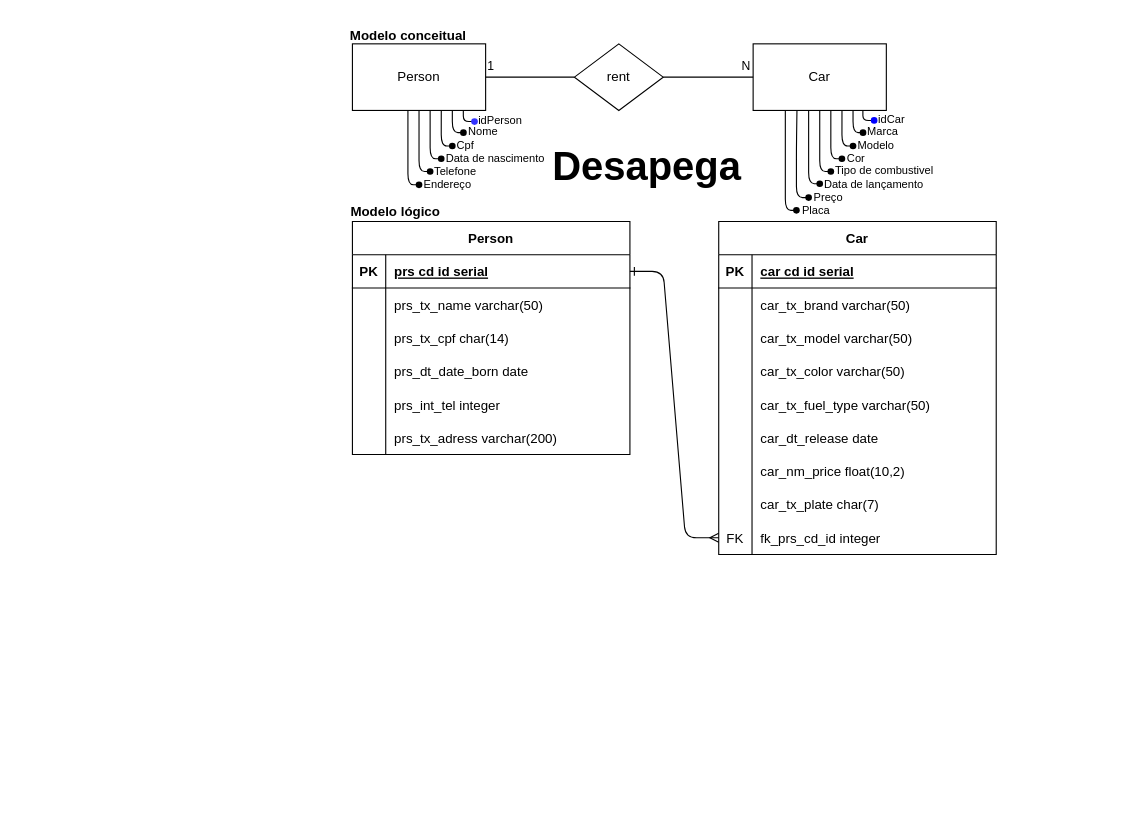
Before: Pessoa_Carro.drawio in LucasLatsch/BancoDeDadosIndividual, a draw.io diagram. Source tidied: cells renumbered, new cells numbered last; positions are measured from the earlier drawing's top-left corner, leaving out a move shared by most shapes. Both pictures are drawn from the tidied source at 111%, with x=0, y=0 at pixel (345, 19).
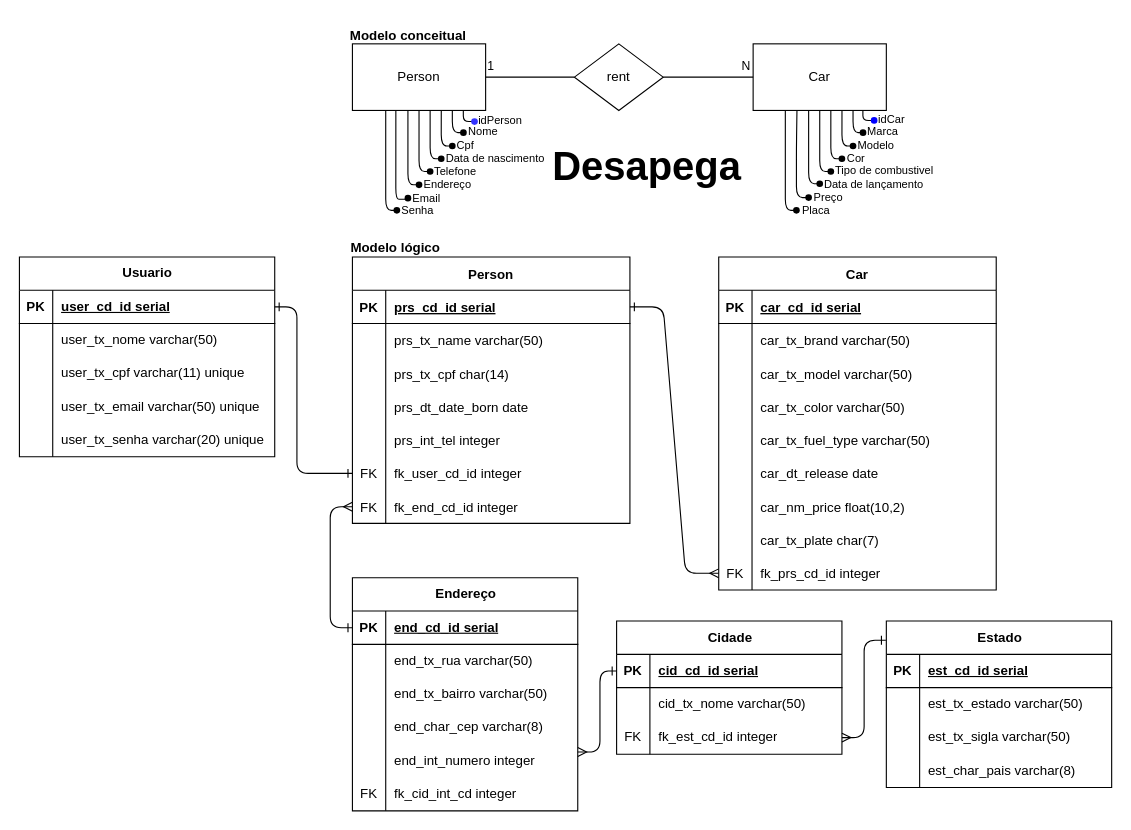
The same diagram, later.

Commit message (it also covers changes not shown here):
Scrip e modeos atualizados

Unchanged cells that the change refers to:
```xml
<mxCell id="4" style="shape=partialRectangle;fillColor=none;top=0;left=0;right=0;bottom=1;rounded=0;" parent="3" vertex="1">
  <mxGeometry y="30" width="250" height="30" as="geometry" />
</mxCell>
<mxCell id="32" style="shape=partialRectangle;fillColor=none;points=[[0,0.5],[1,0.5]];portConstraint=eastwest;top=0;left=0;right=0;bottom=1;rounded=0;" parent="31" vertex="1">
  <mxGeometry y="30" width="250" height="30" as="geometry" />
</mxCell>
<mxCell id="47" style="shape=partialRectangle;fillColor=none;points=[[0,0.5],[1,0.5]];portConstraint=eastwest;top=0;left=0;right=0;bottom=0;rounded=0;" parent="31" vertex="1">
  <mxGeometry y="180" width="250" height="30" as="geometry" />
</mxCell>
<mxCell id="50" value="Person" style="rounded=0;whiteSpace=wrap;html=1;" parent="1" vertex="1">
  <mxGeometry x="6" y="22" width="120" height="60" as="geometry" />
</mxCell>
```

Diff of the diagram source:
```diff
@@
     <mxCell id="3" value="Car" style="shape=table;startSize=30;childLayout=tableLayout;rowLines=0;fontStyle=1;align=center;rounded=0;" parent="1" vertex="1">
-      <mxGeometry x="336" y="182" width="250" height="300" as="geometry" />
+      <mxGeometry x="336" y="214" width="250" height="300" as="geometry" />
     </mxCell>
@@
-    <mxCell id="6" value="car cd id serial" style="shape=partialRectangle;overflow=hidden;fillColor=none;top=0;left=0;bottom=0;right=0;align=left;spacingLeft=6;fontStyle=5;rounded=0;" parent="4" vertex="1">
+    <mxCell id="6" value="car_cd_id serial" style="shape=partialRectangle;overflow=hidden;fillColor=none;top=0;left=0;bottom=0;right=0;align=left;spacingLeft=6;fontStyle=5;rounded=0;" parent="4" vertex="1">
       <mxGeometry x="30" width="220" height="30" as="geometry" />
     </mxCell>
@@
     <mxCell id="31" value="Person" style="shape=table;startSize=30;childLayout=tableLayout;rowLines=0;fontStyle=1;align=center;rounded=0;" parent="1" vertex="1">
-      <mxGeometry x="6" y="182" width="250" height="210" as="geometry" />
+      <mxGeometry x="6" y="214" width="250" height="240" as="geometry" />
     </mxCell>
@@
-    <mxCell id="34" value="prs cd id serial" style="shape=partialRectangle;overflow=hidden;fillColor=none;top=0;left=0;bottom=0;right=0;align=left;spacingLeft=6;fontStyle=5;rounded=0;" parent="32" vertex="1">
+    <mxCell id="34" value="prs_cd_id serial" style="shape=partialRectangle;overflow=hidden;fillColor=none;top=0;left=0;bottom=0;right=0;align=left;spacingLeft=6;fontStyle=5;rounded=0;" parent="32" vertex="1">
       <mxGeometry x="30" width="220" height="30" as="geometry" />
     </mxCell>
@@
-    <mxCell id="48" style="shape=partialRectangle;overflow=hidden;fillColor=none;top=0;left=0;bottom=0;right=0;rounded=0;" parent="47" vertex="1">
-      <mxGeometry width="30" height="30" as="geometry" />
-    </mxCell>
-    <mxCell id="49" value="prs_tx_adress varchar(200)" style="shape=partialRectangle;overflow=hidden;fillColor=none;top=0;left=0;bottom=0;right=0;align=left;spacingLeft=6;rounded=0;" parent="47" vertex="1">
-      <mxGeometry x="30" width="220" height="30" as="geometry" />
-    </mxCell>
+    <mxCell id="105" value="FK" style="shape=partialRectangle;overflow=hidden;fillColor=none;top=0;left=0;bottom=0;right=0;rounded=0;" parent="47" vertex="1">
+      <mxGeometry width="30" height="30" as="geometry" />
+    </mxCell>
+    <mxCell id="106" value="fk_user_cd_id integer" style="shape=partialRectangle;overflow=hidden;fillColor=none;top=0;left=0;bottom=0;right=0;align=left;spacingLeft=6;rounded=0;" parent="47" vertex="1">
+      <mxGeometry x="30" width="220" height="30" as="geometry" />
+    </mxCell>
+    <mxCell id="107" style="shape=partialRectangle;fillColor=none;points=[[0,0.5],[1,0.5]];portConstraint=eastwest;top=0;left=0;right=0;bottom=0;rounded=0;" parent="31" vertex="1">
+      <mxGeometry y="210" width="250" height="30" as="geometry" />
+    </mxCell>
+    <mxCell id="108" value="FK" style="shape=partialRectangle;overflow=hidden;fillColor=none;top=0;left=0;bottom=0;right=0;rounded=0;" parent="107" vertex="1">
+      <mxGeometry width="30" height="30" as="geometry" />
+    </mxCell>
+    <mxCell id="109" value="fk_end_cd_id integer" style="shape=partialRectangle;overflow=hidden;fillColor=none;top=0;left=0;bottom=0;right=0;align=left;spacingLeft=6;rounded=0;" parent="107" vertex="1">
+      <mxGeometry x="30" width="220" height="30" as="geometry" />
+    </mxCell>
@@
     <mxCell id="104" value="&lt;font style=&quot;font-size: 12px;&quot;&gt;&lt;b style=&quot;&quot;&gt;Modelo lógico&lt;/b&gt;&lt;/font&gt;" style="text;html=1;strokeColor=none;fillColor=none;align=center;verticalAlign=middle;whiteSpace=wrap;rounded=0;fontSize=11;fontFamily=Helvetica;fontColor=default;" parent="1" vertex="1">
-      <mxGeometry x="3" y="159" width="84" height="30" as="geometry" />
+      <mxGeometry x="3" y="191" width="84" height="30" as="geometry" />
     </mxCell>
+    <mxCell id="110" style="edgeStyle=orthogonalEdgeStyle;rounded=1;jettySize=auto;html=1;entryX=0.326;entryY=0.999;entryDx=0;entryDy=0;entryPerimeter=0;endArrow=none;endFill=0;" parent="1" edge="1" source="111" target="50">
+      <mxGeometry relative="1" as="geometry">
+        <Array as="points">
+          <mxPoint x="45" y="162" />
+        </Array>
+      </mxGeometry>
+    </mxCell>
+    <mxCell id="111" style="shape=waypoint;sketch=0;fillStyle=solid;size=6;points=[];fillColor=none;perimeter=centerPerimeter;snapToPoint=1;rounded=0;" parent="1" vertex="1">
+      <mxGeometry x="46" y="151" width="20" height="20" as="geometry" />
+    </mxCell>
+    <mxCell id="112" style="edgeStyle=orthogonalEdgeStyle;shape=connector;rounded=1;jettySize=auto;html=1;entryX=0.25;entryY=1;entryDx=0;entryDy=0;labelBackgroundColor=default;strokeColor=default;fontFamily=Helvetica;fontSize=11;fontColor=default;endArrow=none;endFill=0;" parent="1" edge="1" source="113" target="50">
+      <mxGeometry relative="1" as="geometry">
+        <Array as="points">
+          <mxPoint x="36" y="172" />
+        </Array>
+      </mxGeometry>
+    </mxCell>
+    <mxCell id="113" style="shape=waypoint;sketch=0;fillStyle=solid;size=6;points=[];fillColor=none;perimeter=centerPerimeter;snapToPoint=1;rounded=0;" parent="1" vertex="1">
+      <mxGeometry x="36" y="162" width="20" height="20" as="geometry" />
+    </mxCell>
+    <mxCell id="114" value="&lt;font style=&quot;font-size: 10px;&quot;&gt;Email&lt;/font&gt;" style="text;html=1;strokeColor=none;fillColor=none;align=center;verticalAlign=middle;whiteSpace=wrap;rounded=0;" parent="1" vertex="1">
+      <mxGeometry x="50" y="153.5" width="46" height="15" as="geometry" />
+    </mxCell>
+    <mxCell id="115" value="&lt;font style=&quot;font-size: 10px;&quot;&gt;Senha&lt;/font&gt;" style="text;html=1;strokeColor=none;fillColor=none;align=center;verticalAlign=middle;whiteSpace=wrap;rounded=0;" parent="1" vertex="1">
+      <mxGeometry x="42" y="164.5" width="46" height="15" as="geometry" />
+    </mxCell>
+    <mxCell id="116" value="Endereço" style="shape=table;startSize=30;childLayout=tableLayout;rowLines=0;fontStyle=1;align=center;html=1;" parent="1" vertex="1">
+      <mxGeometry x="6" y="503" width="203" height="210" as="geometry" />
+    </mxCell>
+    <mxCell id="117" style="shape=tableRow;horizontal=0;startSize=0;swimlaneHead=0;swimlaneBody=0;fillColor=none;points=[[0,0.5],[1,0.5]];portConstraint=eastwest;top=0;left=0;right=0;bottom=1;" parent="116" vertex="1">
+      <mxGeometry y="30" width="203" height="30" as="geometry" />
+    </mxCell>
+    <mxCell id="118" value="PK" style="shape=partialRectangle;fillColor=none;top=0;left=0;bottom=0;right=0;fontStyle=1;overflow=hidden;whiteSpace=wrap;html=1;" parent="117" vertex="1">
+      <mxGeometry width="30" height="30" as="geometry" />
+    </mxCell>
+    <mxCell id="119" value="end_cd_id serial" style="shape=partialRectangle;fillColor=none;top=0;left=0;bottom=0;right=0;align=left;spacingLeft=6;fontStyle=5;overflow=hidden;whiteSpace=wrap;html=1;" parent="117" vertex="1">
+      <mxGeometry x="30" width="173" height="30" as="geometry" />
+    </mxCell>
+    <mxCell id="120" style="shape=tableRow;horizontal=0;startSize=0;swimlaneHead=0;swimlaneBody=0;fillColor=none;top=0;left=0;right=0;bottom=0;" parent="116" vertex="1">
+      <mxGeometry y="60" width="203" height="30" as="geometry" />
+    </mxCell>
+    <mxCell id="121" style="shape=partialRectangle;fillColor=none;top=0;left=0;bottom=0;right=0;overflow=hidden;whiteSpace=wrap;html=1;" parent="120" vertex="1">
+      <mxGeometry width="30" height="30" as="geometry" />
+    </mxCell>
+    <mxCell id="122" value="end_tx_rua varchar(50)" style="shape=partialRectangle;fillColor=none;top=0;left=0;bottom=0;right=0;align=left;spacingLeft=6;overflow=hidden;whiteSpace=wrap;html=1;" parent="120" vertex="1">
+      <mxGeometry x="30" width="173" height="30" as="geometry" />
+    </mxCell>
+    <mxCell id="123" style="shape=tableRow;horizontal=0;startSize=0;swimlaneHead=0;swimlaneBody=0;fillColor=none;top=0;left=0;right=0;bottom=0;" parent="116" vertex="1">
+      <mxGeometry y="90" width="203" height="30" as="geometry" />
+    </mxCell>
+    <mxCell id="124" style="shape=partialRectangle;fillColor=none;top=0;left=0;bottom=0;right=0;overflow=hidden;whiteSpace=wrap;html=1;" parent="123" vertex="1">
+      <mxGeometry width="30" height="30" as="geometry" />
+    </mxCell>
+    <mxCell id="125" value="end_tx_bairro varchar(50)" style="shape=partialRectangle;fillColor=none;top=0;left=0;bottom=0;right=0;align=left;spacingLeft=6;overflow=hidden;whiteSpace=wrap;html=1;" parent="123" vertex="1">
+      <mxGeometry x="30" width="173" height="30" as="geometry" />
+    </mxCell>
+    <mxCell id="126" style="shape=tableRow;horizontal=0;startSize=0;swimlaneHead=0;swimlaneBody=0;fillColor=none;top=0;left=0;right=0;bottom=0;" parent="116" vertex="1">
+      <mxGeometry y="120" width="203" height="30" as="geometry" />
+    </mxCell>
+    <mxCell id="127" style="shape=partialRectangle;fillColor=none;top=0;left=0;bottom=0;right=0;overflow=hidden;whiteSpace=wrap;html=1;" parent="126" vertex="1">
+      <mxGeometry width="30" height="30" as="geometry" />
+    </mxCell>
+    <mxCell id="128" value="end_char_cep varchar(8)" style="shape=partialRectangle;fillColor=none;top=0;left=0;bottom=0;right=0;align=left;spacingLeft=6;overflow=hidden;whiteSpace=wrap;html=1;" parent="126" vertex="1">
+      <mxGeometry x="30" width="173" height="30" as="geometry" />
+    </mxCell>
+    <mxCell id="129" style="shape=tableRow;horizontal=0;startSize=0;swimlaneHead=0;swimlaneBody=0;fillColor=none;top=0;left=0;right=0;bottom=0;" parent="116" vertex="1">
+      <mxGeometry y="150" width="203" height="30" as="geometry" />
+    </mxCell>
+    <mxCell id="130" style="shape=partialRectangle;fillColor=none;top=0;left=0;bottom=0;right=0;overflow=hidden;whiteSpace=wrap;html=1;" parent="129" vertex="1">
+      <mxGeometry width="30" height="30" as="geometry" />
+    </mxCell>
+    <mxCell id="131" value="end_int_numero integer" style="shape=partialRectangle;fillColor=none;top=0;left=0;bottom=0;right=0;align=left;spacingLeft=6;overflow=hidden;whiteSpace=wrap;html=1;" parent="129" vertex="1">
+      <mxGeometry x="30" width="173" height="30" as="geometry" />
+    </mxCell>
+    <mxCell id="132" style="shape=tableRow;horizontal=0;startSize=0;swimlaneHead=0;swimlaneBody=0;fillColor=none;top=0;left=0;right=0;bottom=0;" parent="116" vertex="1">
+      <mxGeometry y="180" width="203" height="30" as="geometry" />
+    </mxCell>
+    <mxCell id="133" value="FK" style="shape=partialRectangle;fillColor=none;top=0;left=0;bottom=0;right=0;overflow=hidden;whiteSpace=wrap;html=1;" parent="132" vertex="1">
+      <mxGeometry width="30" height="30" as="geometry" />
+    </mxCell>
+    <mxCell id="134" value="fk_cid_int_cd integer" style="shape=partialRectangle;fillColor=none;top=0;left=0;bottom=0;right=0;align=left;spacingLeft=6;overflow=hidden;whiteSpace=wrap;html=1;" parent="132" vertex="1">
+      <mxGeometry x="30" width="173" height="30" as="geometry" />
+    </mxCell>
+    <mxCell id="135" value="Cidade" style="shape=table;startSize=30;childLayout=tableLayout;rowLines=0;fontStyle=1;align=center;html=1;" parent="1" vertex="1">
+      <mxGeometry x="244" y="542" width="203" height="120" as="geometry" />
+    </mxCell>
+    <mxCell id="136" style="shape=tableRow;horizontal=0;startSize=0;swimlaneHead=0;swimlaneBody=0;fillColor=none;points=[[0,0.5],[1,0.5]];portConstraint=eastwest;top=0;left=0;right=0;bottom=1;" parent="135" vertex="1">
+      <mxGeometry y="30" width="203" height="30" as="geometry" />
+    </mxCell>
+    <mxCell id="137" value="PK" style="shape=partialRectangle;fillColor=none;top=0;left=0;bottom=0;right=0;fontStyle=1;overflow=hidden;whiteSpace=wrap;html=1;" parent="136" vertex="1">
+      <mxGeometry width="30" height="30" as="geometry" />
+    </mxCell>
+    <mxCell id="138" value="cid_cd_id serial" style="shape=partialRectangle;fillColor=none;top=0;left=0;bottom=0;right=0;align=left;spacingLeft=6;fontStyle=5;overflow=hidden;whiteSpace=wrap;html=1;" parent="136" vertex="1">
+      <mxGeometry x="30" width="173" height="30" as="geometry" />
+    </mxCell>
+    <mxCell id="139" style="shape=tableRow;horizontal=0;startSize=0;swimlaneHead=0;swimlaneBody=0;fillColor=none;top=0;left=0;right=0;bottom=0;" parent="135" vertex="1">
+      <mxGeometry y="60" width="203" height="30" as="geometry" />
+    </mxCell>
+    <mxCell id="140" style="shape=partialRectangle;fillColor=none;top=0;left=0;bottom=0;right=0;overflow=hidden;whiteSpace=wrap;html=1;" parent="139" vertex="1">
+      <mxGeometry width="30" height="30" as="geometry" />
+    </mxCell>
+    <mxCell id="141" value="cid_tx_nome varchar(50)" style="shape=partialRectangle;fillColor=none;top=0;left=0;bottom=0;right=0;align=left;spacingLeft=6;overflow=hidden;whiteSpace=wrap;html=1;" parent="139" vertex="1">
+      <mxGeometry x="30" width="173" height="30" as="geometry" />
+    </mxCell>
+    <mxCell id="142" style="shape=tableRow;horizontal=0;startSize=0;swimlaneHead=0;swimlaneBody=0;fillColor=none;points=[[0,0.5],[1,0.5]];portConstraint=eastwest;top=0;left=0;right=0;bottom=0;" parent="135" vertex="1">
+      <mxGeometry y="90" width="203" height="30" as="geometry" />
+    </mxCell>
+    <mxCell id="143" value="FK" style="shape=partialRectangle;fillColor=none;top=0;left=0;bottom=0;right=0;overflow=hidden;whiteSpace=wrap;html=1;" parent="142" vertex="1">
+      <mxGeometry width="30" height="30" as="geometry" />
+    </mxCell>
+    <mxCell id="144" value="fk_est_cd_id integer" style="shape=partialRectangle;fillColor=none;top=0;left=0;bottom=0;right=0;align=left;spacingLeft=6;overflow=hidden;whiteSpace=wrap;html=1;" parent="142" vertex="1">
+      <mxGeometry x="30" width="173" height="30" as="geometry" />
+    </mxCell>
+    <mxCell id="145" style="edgeStyle=orthogonalEdgeStyle;rounded=1;jettySize=auto;html=1;startArrow=ERone;startFill=0;endArrow=ERmany;endFill=0;exitX=0;exitY=0.5;exitDx=0;exitDy=0;" parent="1" edge="1" source="136">
+      <mxGeometry relative="1" as="geometry">
+        <mxPoint x="209" y="660" as="targetPoint" />
+        <Array as="points">
+          <mxPoint x="229" y="587" />
+          <mxPoint x="229" y="660" />
+        </Array>
+      </mxGeometry>
+    </mxCell>
+    <mxCell id="146" style="edgeStyle=orthogonalEdgeStyle;rounded=1;jettySize=auto;html=1;exitX=-0.002;exitY=0.115;exitDx=0;exitDy=0;entryX=1;entryY=0.5;entryDx=0;entryDy=0;startArrow=ERone;startFill=0;endArrow=ERmany;endFill=0;exitPerimeter=0;" parent="1" edge="1" source="147" target="142">
+      <mxGeometry relative="1" as="geometry" />
+    </mxCell>
+    <mxCell id="147" value="Estado" style="shape=table;startSize=30;childLayout=tableLayout;rowLines=0;fontStyle=1;align=center;html=1;" parent="1" vertex="1">
+      <mxGeometry x="487" y="542" width="203" height="150" as="geometry" />
+    </mxCell>
+    <mxCell id="148" style="shape=tableRow;horizontal=0;startSize=0;swimlaneHead=0;swimlaneBody=0;fillColor=none;top=0;left=0;right=0;bottom=1;" parent="147" vertex="1">
+      <mxGeometry y="30" width="203" height="30" as="geometry" />
+    </mxCell>
+    <mxCell id="149" value="PK" style="shape=partialRectangle;fillColor=none;top=0;left=0;bottom=0;right=0;fontStyle=1;overflow=hidden;whiteSpace=wrap;html=1;" parent="148" vertex="1">
+      <mxGeometry width="30" height="30" as="geometry" />
+    </mxCell>
+    <mxCell id="150" value="est_cd_id serial" style="shape=partialRectangle;fillColor=none;top=0;left=0;bottom=0;right=0;align=left;spacingLeft=6;fontStyle=5;overflow=hidden;whiteSpace=wrap;html=1;" parent="148" vertex="1">
+      <mxGeometry x="30" width="173" height="30" as="geometry" />
+    </mxCell>
+    <mxCell id="151" style="shape=tableRow;horizontal=0;startSize=0;swimlaneHead=0;swimlaneBody=0;fillColor=none;top=0;left=0;right=0;bottom=0;" parent="147" vertex="1">
+      <mxGeometry y="60" width="203" height="30" as="geometry" />
+    </mxCell>
+    <mxCell id="152" style="shape=partialRectangle;fillColor=none;top=0;left=0;bottom=0;right=0;overflow=hidden;whiteSpace=wrap;html=1;" parent="151" vertex="1">
+      <mxGeometry width="30" height="30" as="geometry" />
+    </mxCell>
+    <mxCell id="153" value="est_tx_estado varchar(50)" style="shape=partialRectangle;fillColor=none;top=0;left=0;bottom=0;right=0;align=left;spacingLeft=6;overflow=hidden;whiteSpace=wrap;html=1;" parent="151" vertex="1">
+      <mxGeometry x="30" width="173" height="30" as="geometry" />
+    </mxCell>
+    <mxCell id="154" style="shape=tableRow;horizontal=0;startSize=0;swimlaneHead=0;swimlaneBody=0;fillColor=none;top=0;left=0;right=0;bottom=0;" parent="147" vertex="1">
+      <mxGeometry y="90" width="203" height="30" as="geometry" />
+    </mxCell>
+    <mxCell id="155" style="shape=partialRectangle;fillColor=none;top=0;left=0;bottom=0;right=0;overflow=hidden;whiteSpace=wrap;html=1;" parent="154" vertex="1">
+      <mxGeometry width="30" height="30" as="geometry" />
+    </mxCell>
+    <mxCell id="156" value="est_tx_sigla varchar(50)" style="shape=partialRectangle;fillColor=none;top=0;left=0;bottom=0;right=0;align=left;spacingLeft=6;overflow=hidden;whiteSpace=wrap;html=1;" parent="154" vertex="1">
+      <mxGeometry x="30" width="173" height="30" as="geometry" />
+    </mxCell>
+    <mxCell id="157" style="shape=tableRow;horizontal=0;startSize=0;swimlaneHead=0;swimlaneBody=0;fillColor=none;top=0;left=0;right=0;bottom=0;" parent="147" vertex="1">
+      <mxGeometry y="120" width="203" height="30" as="geometry" />
+    </mxCell>
+    <mxCell id="158" style="shape=partialRectangle;fillColor=none;top=0;left=0;bottom=0;right=0;overflow=hidden;whiteSpace=wrap;html=1;" parent="157" vertex="1">
+      <mxGeometry width="30" height="30" as="geometry" />
+    </mxCell>
+    <mxCell id="159" value="est_char_pais varchar(8)" style="shape=partialRectangle;fillColor=none;top=0;left=0;bottom=0;right=0;align=left;spacingLeft=6;overflow=hidden;whiteSpace=wrap;html=1;" parent="157" vertex="1">
+      <mxGeometry x="30" width="173" height="30" as="geometry" />
+    </mxCell>
+    <mxCell id="160" style="edgeStyle=orthogonalEdgeStyle;shape=connector;rounded=1;jettySize=auto;html=1;entryX=0;entryY=0.5;entryDx=0;entryDy=0;labelBackgroundColor=default;strokeColor=default;fontFamily=Helvetica;fontSize=11;fontColor=default;endArrow=ERone;endFill=0;startArrow=ERmany;startFill=0;exitX=0;exitY=0.5;exitDx=0;exitDy=0;" parent="1" edge="1" source="107" target="117">
+      <mxGeometry relative="1" as="geometry" />
+    </mxCell>
+    <mxCell id="161" value="Usuario" style="shape=table;startSize=30;childLayout=tableLayout;rowLines=0;fontStyle=1;align=center;html=1;" parent="1" vertex="1">
+      <mxGeometry x="-294" y="214" width="230" height="180" as="geometry" />
+    </mxCell>
+    <mxCell id="162" style="shape=tableRow;horizontal=0;startSize=0;swimlaneHead=0;swimlaneBody=0;fillColor=none;points=[[0,0.5],[1,0.5]];portConstraint=eastwest;top=0;left=0;right=0;bottom=1;" parent="161" vertex="1">
+      <mxGeometry y="30" width="230" height="30" as="geometry" />
+    </mxCell>
+    <mxCell id="163" value="PK" style="shape=partialRectangle;fillColor=none;top=0;left=0;bottom=0;right=0;fontStyle=1;overflow=hidden;whiteSpace=wrap;html=1;" parent="162" vertex="1">
+      <mxGeometry width="30" height="30" as="geometry" />
+    </mxCell>
+    <mxCell id="164" value="user_cd_id serial" style="shape=partialRectangle;fillColor=none;top=0;left=0;bottom=0;right=0;align=left;spacingLeft=6;fontStyle=5;overflow=hidden;whiteSpace=wrap;html=1;" parent="162" vertex="1">
+      <mxGeometry x="30" width="200" height="30" as="geometry" />
+    </mxCell>
+    <mxCell id="165" style="shape=tableRow;horizontal=0;startSize=0;swimlaneHead=0;swimlaneBody=0;fillColor=none;top=0;left=0;right=0;bottom=0;" parent="161" vertex="1">
+      <mxGeometry y="60" width="230" height="30" as="geometry" />
+    </mxCell>
+    <mxCell id="166" style="shape=partialRectangle;fillColor=none;top=0;left=0;bottom=0;right=0;overflow=hidden;whiteSpace=wrap;html=1;" parent="165" vertex="1">
+      <mxGeometry width="30" height="30" as="geometry" />
+    </mxCell>
+    <mxCell id="167" value="user_tx_nome varchar(50)" style="shape=partialRectangle;fillColor=none;top=0;left=0;bottom=0;right=0;align=left;spacingLeft=6;overflow=hidden;whiteSpace=wrap;html=1;" parent="165" vertex="1">
+      <mxGeometry x="30" width="200" height="30" as="geometry" />
+    </mxCell>
+    <mxCell id="168" style="shape=tableRow;horizontal=0;startSize=0;swimlaneHead=0;swimlaneBody=0;fillColor=none;top=0;left=0;right=0;bottom=0;" parent="161" vertex="1">
+      <mxGeometry y="90" width="230" height="30" as="geometry" />
+    </mxCell>
+    <mxCell id="169" style="shape=partialRectangle;fillColor=none;top=0;left=0;bottom=0;right=0;overflow=hidden;whiteSpace=wrap;html=1;" parent="168" vertex="1">
+      <mxGeometry width="30" height="30" as="geometry" />
+    </mxCell>
+    <mxCell id="170" value="user_tx_cpf varchar(11) unique" style="shape=partialRectangle;fillColor=none;top=0;left=0;bottom=0;right=0;align=left;spacingLeft=6;overflow=hidden;whiteSpace=wrap;html=1;" parent="168" vertex="1">
+      <mxGeometry x="30" width="200" height="30" as="geometry" />
+    </mxCell>
+    <mxCell id="171" style="shape=tableRow;horizontal=0;startSize=0;swimlaneHead=0;swimlaneBody=0;fillColor=none;top=0;left=0;right=0;bottom=0;" parent="161" vertex="1">
+      <mxGeometry y="120" width="230" height="30" as="geometry" />
+    </mxCell>
+    <mxCell id="172" style="shape=partialRectangle;fillColor=none;top=0;left=0;bottom=0;right=0;overflow=hidden;whiteSpace=wrap;html=1;" parent="171" vertex="1">
+      <mxGeometry width="30" height="30" as="geometry" />
+    </mxCell>
+    <mxCell id="173" value="user_tx_email varchar(50) unique" style="shape=partialRectangle;fillColor=none;top=0;left=0;bottom=0;right=0;align=left;spacingLeft=6;overflow=hidden;whiteSpace=wrap;html=1;" parent="171" vertex="1">
+      <mxGeometry x="30" width="200" height="30" as="geometry" />
+    </mxCell>
+    <mxCell id="174" style="shape=tableRow;horizontal=0;startSize=0;swimlaneHead=0;swimlaneBody=0;fillColor=none;top=0;left=0;right=0;bottom=0;" parent="161" vertex="1">
+      <mxGeometry y="150" width="230" height="30" as="geometry" />
+    </mxCell>
+    <mxCell id="175" style="shape=partialRectangle;fillColor=none;top=0;left=0;bottom=0;right=0;overflow=hidden;whiteSpace=wrap;html=1;" parent="174" vertex="1">
+      <mxGeometry width="30" height="30" as="geometry" />
+    </mxCell>
+    <mxCell id="176" value="user_tx_senha varchar(20) unique" style="shape=partialRectangle;fillColor=none;top=0;left=0;bottom=0;right=0;align=left;spacingLeft=6;overflow=hidden;whiteSpace=wrap;html=1;" parent="174" vertex="1">
+      <mxGeometry x="30" width="200" height="30" as="geometry" />
+    </mxCell>
+    <mxCell id="177" style="edgeStyle=orthogonalEdgeStyle;shape=connector;rounded=1;jettySize=auto;html=1;entryX=0;entryY=0.5;entryDx=0;entryDy=0;labelBackgroundColor=default;strokeColor=default;fontFamily=Helvetica;fontSize=11;fontColor=default;endArrow=ERone;endFill=0;startArrow=ERone;startFill=0;" parent="1" edge="1" source="162" target="47">
+      <mxGeometry relative="1" as="geometry">
+        <Array as="points">
+          <mxPoint x="-44" y="259" />
+          <mxPoint x="-44" y="409" />
+        </Array>
+      </mxGeometry>
+    </mxCell>
```
